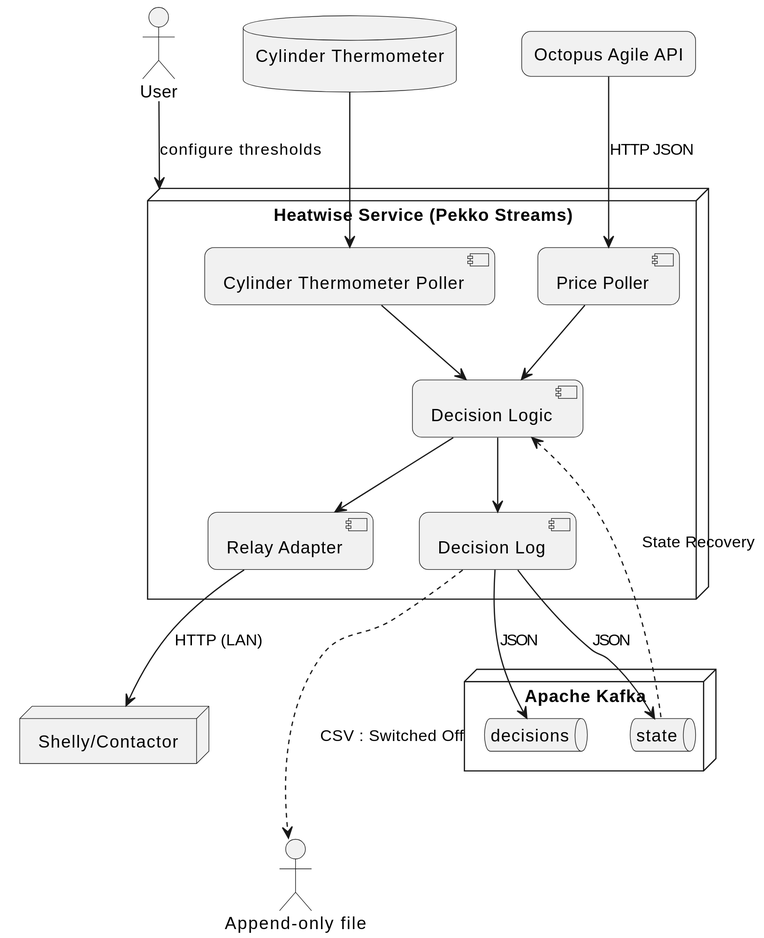
Earlier version of the PlantUML export docs/content/diagrams/basic.svg (blondacz/heatwise). Its diagram source:
```plantuml
@startuml
skinparam roundcorner 15
skinparam shadowing false
skinparam dpi 180

actor User
database "Cylinder Thermometer\n" as CT

rectangle "Octopus Agile API" as Octopus
node "Heatwise Service (Pekko Streams)" as App {
  [Price Poller] --> [Decision Logic]
  [Decision Logic] --> [Relay Adapter]
  [Decision Logic] --> [Decision Log]
  [Cylinder Thermometer Poller] --> [Decision Logic]
}
node "Shelly/Contactor" as Relay

node "Apache Kafka" as Kafka {
  queue "decisions"
  queue "state"
}

User --> App : configure thresholds
Octopus --> [Price Poller] : HTTP JSON
[Relay Adapter] --> Relay : HTTP (LAN)
[Decision Log] ...> "Append-only file" : CSV : Switched Off
[Decision Log] --> "decisions" : JSON
[Decision Log] --> "state" : JSON
[Decision Logic] <... "state" : State Recovery
CT --> [Cylinder Thermometer Poller]
@enduml
```
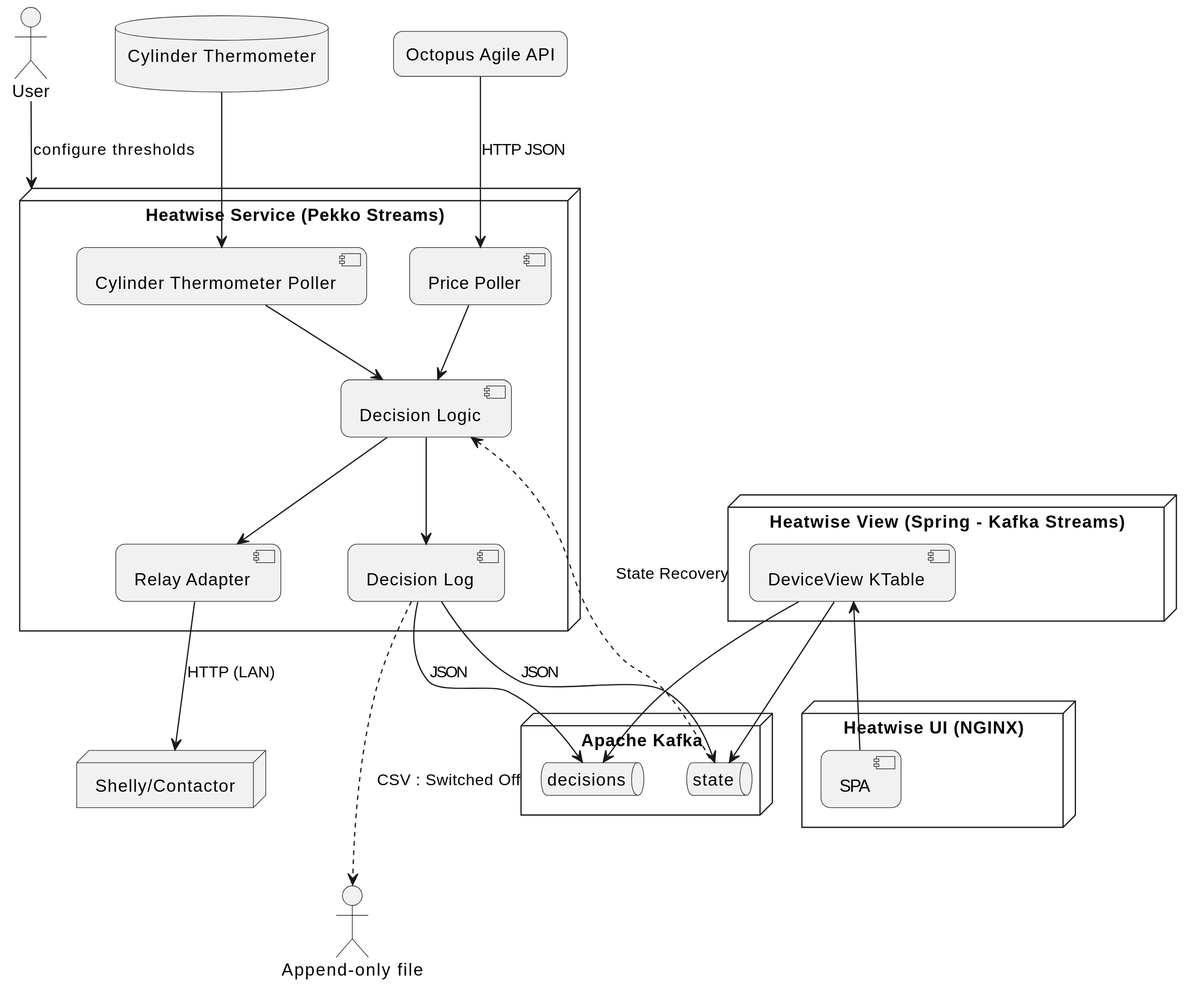
The same file after the commit.

Diff of the diagram source:
```diff
@@ -15,10 +15,25 @@
 }
 node "Shelly/Contactor" as Relay
 
+node "Heatwise UI (NGINX)" as UI {
+  [SPA]
+}
+
+node "Heatwise View (Spring - Kafka Streams)" as View {
+  [DeviceView KTable] as DVKT
+}
+
+
+
 node "Apache Kafka" as Kafka {
   queue "decisions"
   queue "state"
 }
+
+
+DVKT <-- SPA
+DVKT --> "decisions"
+DVKT --> "state"
 
 User --> App : configure thresholds
 Octopus --> [Price Poller] : HTTP JSON
```
